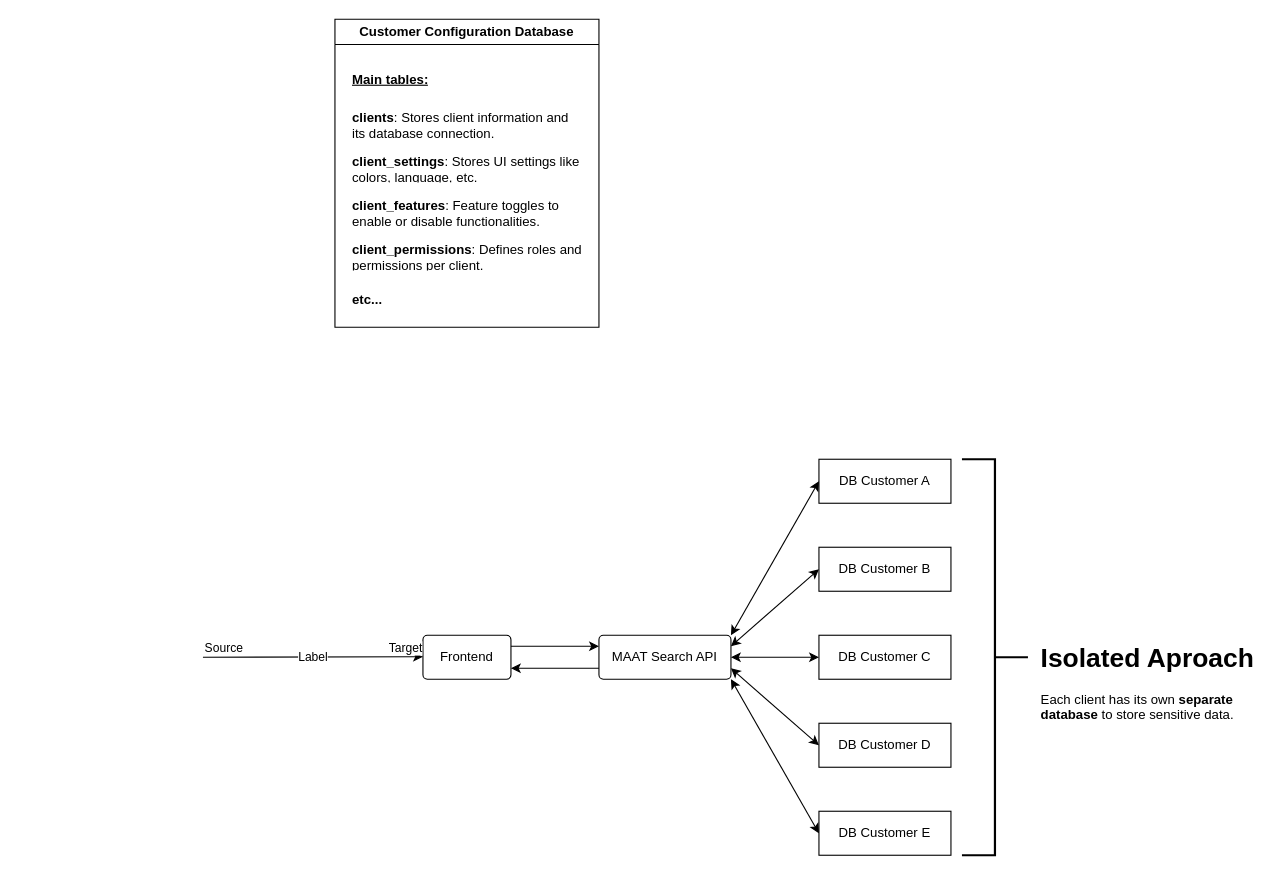
Earlier version of the draw.io diagram multitenancy.drawio (Karel95/Django-Rest_React-CRUD). Source tidied: cells renumbered, new cells numbered last; positions are measured from the earlier drawing's top-left corner, leaving out a move shared by most shapes. Both pictures are drawn from the tidied source at 110%, with x=0, y=0 at pixel (202, 19).
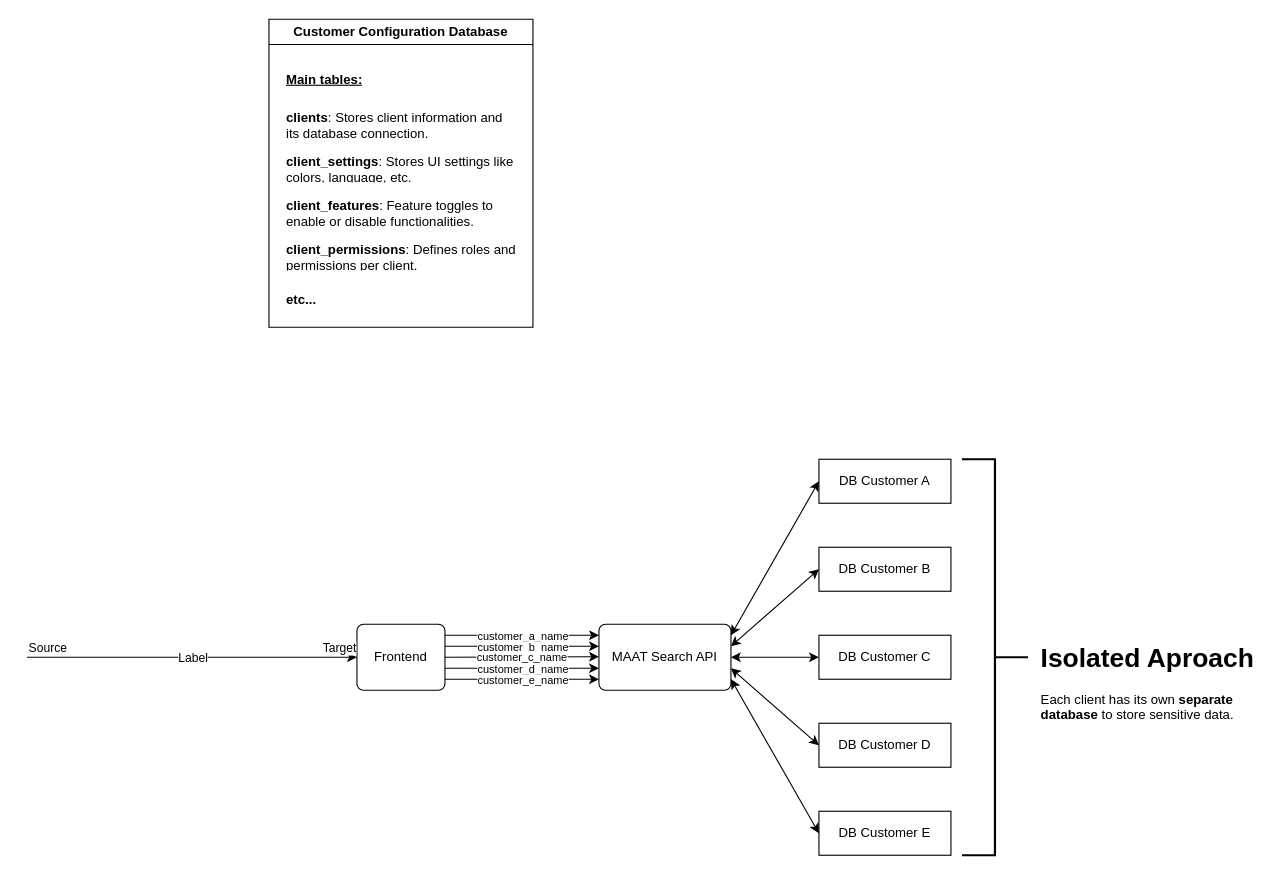
Above is the later version.

Diff of the diagram source:
```diff
@@
     <mxCell id="2" value="Frontend" style="rounded=1;arcSize=10;whiteSpace=wrap;html=1;align=center;" parent="1" vertex="1">
-      <mxGeometry x="200" y="560" width="80" height="40" as="geometry" />
+      <mxGeometry x="140" y="550" width="80" height="60" as="geometry" />
     </mxCell>
     <mxCell id="3" value="MAAT Search API" style="rounded=1;arcSize=10;whiteSpace=wrap;html=1;align=center;" parent="1" vertex="1">
-      <mxGeometry x="360" y="560" width="120" height="40" as="geometry" />
+      <mxGeometry x="360" y="550" width="120" height="60" as="geometry" />
     </mxCell>
-    <mxCell id="4" style="endArrow=classic;html=1;rounded=0;entryX=0;entryY=0.25;entryDx=0;entryDy=0;" parent="1" edge="1" target="3">
-      <mxGeometry relative="1" as="geometry">
-        <mxPoint x="280" y="570" as="sourcePoint" />
-      </mxGeometry>
-    </mxCell>
-    <mxCell id="5" style="endArrow=classic;html=1;rounded=0;" parent="1" edge="1">
-      <mxGeometry relative="1" as="geometry">
-        <mxPoint x="360" y="590" as="sourcePoint" />
-        <mxPoint x="280" y="590" as="targetPoint" />
-      </mxGeometry>
-    </mxCell>
@@
     <mxCell id="16" value="Customer C&lt;strong&gt;onfiguration&lt;/strong&gt;&amp;nbsp;Database" style="swimlane;whiteSpace=wrap;html=1;" parent="1" vertex="1">
-      <mxGeometry x="120" width="240" height="280" as="geometry" />
+      <mxGeometry x="60" width="240" height="280" as="geometry" />
     </mxCell>
@@
-    <mxCell id="23" style="endArrow=classic;html=1;rounded=0;" parent="1" edge="1">
-      <mxGeometry relative="1" as="geometry">
-        <mxPoint y="580" as="sourcePoint" />
-        <mxPoint x="200" y="579.5" as="targetPoint" />
-      </mxGeometry>
-    </mxCell>
+    <mxCell id="27" style="strokeWidth=2;html=1;shape=mxgraph.flowchart.annotation_2;align=left;labelPosition=right;rotation=-180;" parent="1" vertex="1">
+      <mxGeometry x="690" y="400" width="60" height="360" as="geometry" />
+    </mxCell>
+    <mxCell id="28" value="&lt;h1 style=&quot;margin-top: 0px;&quot;&gt;&lt;span style=&quot;text-align: center; text-wrap-mode: nowrap;&quot;&gt;Isolated Aproach&lt;/span&gt;&lt;/h1&gt;&lt;p&gt;Each client has its own &lt;strong&gt;separate database&lt;/strong&gt; to store sensitive data.&lt;/p&gt;" style="text;html=1;whiteSpace=wrap;overflow=hidden;rounded=0;" parent="1" vertex="1">
+      <mxGeometry x="760" y="560" width="200" height="80" as="geometry" />
+    </mxCell>
+    <mxCell id="29" style="endArrow=classic;html=1;rounded=0;" parent="1" edge="1">
+      <mxGeometry relative="1" as="geometry">
+        <mxPoint x="220" y="560" as="sourcePoint" />
+        <mxPoint x="360" y="560" as="targetPoint" />
+      </mxGeometry>
+    </mxCell>
+    <mxCell id="30" value="&lt;font&gt;customer_a_name&lt;/font&gt;" style="edgeLabel;html=1;align=center;verticalAlign=middle;fontSize=10;" parent="29" vertex="1">
+      <mxGeometry relative="1" as="geometry" />
+    </mxCell>
+    <mxCell id="31" style="endArrow=classic;html=1;rounded=0;" parent="1" edge="1">
+      <mxGeometry relative="1" as="geometry">
+        <mxPoint x="220" y="570" as="sourcePoint" />
+        <mxPoint x="360" y="570" as="targetPoint" />
+      </mxGeometry>
+    </mxCell>
+    <mxCell id="32" value="&lt;font&gt;customer_b_name&lt;/font&gt;" style="edgeLabel;html=1;align=center;verticalAlign=middle;fontSize=10;" parent="31" vertex="1">
+      <mxGeometry relative="1" as="geometry" />
+    </mxCell>
+    <mxCell id="33" style="endArrow=classic;html=1;rounded=0;" parent="1" edge="1">
+      <mxGeometry relative="1" as="geometry">
+        <mxPoint x="220" y="580" as="sourcePoint" />
+        <mxPoint x="360" y="579.5" as="targetPoint" />
+      </mxGeometry>
+    </mxCell>
+    <mxCell id="34" value="&lt;font&gt;customer_c_name&lt;/font&gt;" style="edgeLabel;html=1;align=center;verticalAlign=middle;fontSize=10;" parent="33" vertex="1">
+      <mxGeometry relative="1" as="geometry" />
+    </mxCell>
+    <mxCell id="35" style="endArrow=classic;html=1;rounded=0;" parent="1" edge="1">
+      <mxGeometry relative="1" as="geometry">
+        <mxPoint x="220" y="590" as="sourcePoint" />
+        <mxPoint x="360" y="590" as="targetPoint" />
+      </mxGeometry>
+    </mxCell>
+    <mxCell id="36" value="&lt;font&gt;customer_d_name&lt;/font&gt;" style="edgeLabel;html=1;align=center;verticalAlign=middle;fontSize=10;" parent="35" vertex="1">
+      <mxGeometry relative="1" as="geometry" />
+    </mxCell>
+    <mxCell id="37" style="endArrow=classic;html=1;rounded=0;" parent="1" edge="1">
+      <mxGeometry relative="1" as="geometry">
+        <mxPoint x="220" y="600" as="sourcePoint" />
+        <mxPoint x="360" y="600" as="targetPoint" />
+      </mxGeometry>
+    </mxCell>
+    <mxCell id="38" value="&lt;font&gt;customer_e_name&lt;/font&gt;" style="edgeLabel;html=1;align=center;verticalAlign=middle;fontSize=10;" parent="37" vertex="1">
+      <mxGeometry relative="1" as="geometry" />
+    </mxCell>
+    <mxCell id="39" style="endArrow=classic;html=1;rounded=0;entryX=0;entryY=0.5;entryDx=0;entryDy=0;" parent="1" edge="1" target="2">
+      <mxGeometry relative="1" as="geometry">
+        <mxPoint x="-160" y="580" as="sourcePoint" />
+      </mxGeometry>
+    </mxCell>
-    <mxCell id="24" value="Label" style="edgeLabel;html=1;align=center;verticalAlign=middle;" parent="23" vertex="1">
+    <mxCell id="24" value="Label" style="edgeLabel;html=1;align=center;verticalAlign=middle;" parent="39" vertex="1">
       <mxGeometry relative="1" as="geometry" />
     </mxCell>
-    <mxCell id="25" value="Source" style="edgeLabel;html=1;align=left;verticalAlign=bottom;" parent="23" vertex="1">
+    <mxCell id="25" value="Source" style="edgeLabel;html=1;align=left;verticalAlign=bottom;" parent="39" vertex="1">
       <mxGeometry x="-1" relative="1" as="geometry" />
     </mxCell>
-    <mxCell id="26" value="Target" style="edgeLabel;html=1;align=right;verticalAlign=bottom;" parent="23" vertex="1">
+    <mxCell id="26" value="Target" style="edgeLabel;html=1;align=right;verticalAlign=bottom;" parent="39" vertex="1">
       <mxGeometry x="1" relative="1" as="geometry" />
     </mxCell>
-    <mxCell id="27" style="strokeWidth=2;html=1;shape=mxgraph.flowchart.annotation_2;align=left;labelPosition=right;rotation=-180;" parent="1" vertex="1">
-      <mxGeometry x="690" y="400" width="60" height="360" as="geometry" />
-    </mxCell>
-    <mxCell id="28" value="&lt;h1 style=&quot;margin-top: 0px;&quot;&gt;&lt;span style=&quot;text-align: center; text-wrap-mode: nowrap;&quot;&gt;Isolated Aproach&lt;/span&gt;&lt;/h1&gt;&lt;p&gt;Each client has its own &lt;strong&gt;separate database&lt;/strong&gt; to store sensitive data.&lt;/p&gt;" style="text;html=1;whiteSpace=wrap;overflow=hidden;rounded=0;" parent="1" vertex="1">
-      <mxGeometry x="760" y="560" width="200" height="80" as="geometry" />
-    </mxCell>
```
